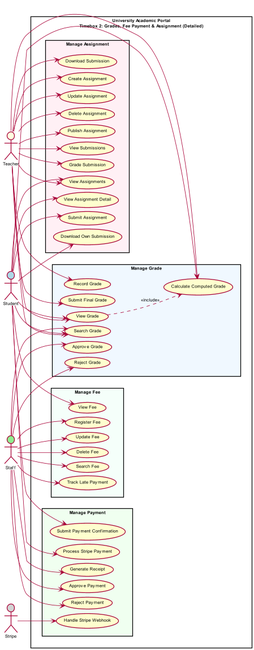
The PlantUML diagram out/usecase/Timebox2_UseCaseDiagram/Timebox2_UseCaseDiagram.png in KyawMyoHtay1/academic-portal, before a commit.
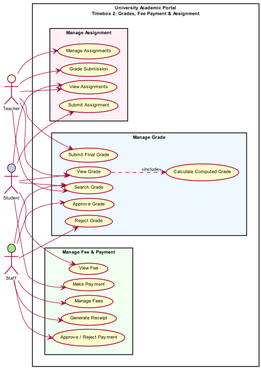
Later version of the same file.

Change to the diagram source:
```diff
@@ -4,101 +4,64 @@
 skinparam shadowing false
 skinparam dpi 300
 
-scale 0.85
+scale 0.9
 skinparam defaultFontSize 9
-skinparam ranksep 8
+skinparam ranksep 10
 skinparam nodesep 8
-skinparam RectanglePadding 5
+skinparam RectanglePadding 8
 
 actor Student #LightBlue
 actor Teacher #LightYellow
-actor Staff   #LightGreen
-actor Stripe  #LightGray
+actor Staff #LightGreen
 
-rectangle "University Academic Portal\nTimebox 2: Grades, Fee Payment & Assignment (Detailed)" #White {
+rectangle "University Academic Portal\nTimebox 2: Grades, Fee Payment & Assignment" #White {
+
+  rectangle "Manage Assignment" #LavenderBlush {
+    usecase "Submit Assignment" as UC_SubmitAssignment
+    usecase "View Assignments" as UC_ViewAssignments
+    usecase "Manage Assignments" as UC_ManageAssignments
+    usecase "Grade Submission" as UC_GradeSubmission
+  }
 
   rectangle "Manage Grade" #AliceBlue {
-    usecase "Record Grade" as UC1a
-    usecase "Submit Final Grade" as UC1
-    usecase "Approve Grade" as UC2a
-    usecase "Reject Grade" as UC2b
-    usecase "View Grade" as UC3
-    usecase "Search Grade" as UC4
-    usecase "Calculate Computed Grade" as UC7
+    usecase "View Grade" as UC_ViewGrade
+    usecase "Submit Final Grade" as UC_SubmitFinalGrade
+    usecase "Search Grade" as UC_SearchGrade
+    usecase "Approve Grade" as UC_ApproveGrade
+    usecase "Reject Grade" as UC_RejectGrade
+    usecase "Calculate Computed Grade" as UC_CalculateComputedGrade
   }
 
-  rectangle "Manage Fee" #MintCream {
-    usecase "Register Fee" as UC5a
-    usecase "Update Fee" as UC5b
-    usecase "Delete Fee" as UC5c
-    usecase "Search Fee" as UC5d
-    usecase "View Fee" as UC5
-    usecase "Track Late Payment" as UC5e
-  }
-
-  rectangle "Manage Payment" #Honeydew {
-    usecase "Submit Payment Confirmation" as UC6a
-    usecase "Process Stripe Payment" as UC6b
-    usecase "Approve Payment" as UC6c
-    usecase "Reject Payment" as UC6d
-    usecase "Handle Stripe Webhook" as UC6f
-    usecase "Generate Receipt" as UC6e
-  }
-
-  rectangle "Manage Assignment" #LavenderBlush {
-    usecase "Create Assignment" as UC10a
-    usecase "Update Assignment" as UC10b
-    usecase "Delete Assignment" as UC10c
-    usecase "Publish Assignment" as UC10d
-    usecase "View Assignments" as UC13
-    usecase "View Submissions" as UC10e
-    usecase "Grade Submission" as UC12
-    usecase "Download Submission" as UC10f
-    usecase "View Assignment Detail" as UC11c
-    usecase "Submit Assignment" as UC11
-    usecase "Download Own Submission" as UC11b
+  rectangle "Manage Fee & Payment" #Honeydew {
+    usecase "View Fee" as UC_ViewFee
+    usecase "Make Payment" as UC_MakePayment
+    usecase "Manage Fees" as UC_ManageFees
+    usecase "Generate Receipt" as UC_GenerateReceipt
+    usecase "Approve / Reject Payment" as UC_ApproveRejectPayment
   }
 }
 
-UC3 ..> UC7 : <<include>>
+UC_ViewGrade ..> UC_CalculateComputedGrade : <<include>>
 
-Student --> UC3
-Student --> UC4
-Student --> UC7
-Student --> UC5
-Student --> UC6a
-Student --> UC6b
-Student --> UC11c
-Student --> UC11
-Student --> UC11b
-Student --> UC13
+Student --> UC_SubmitAssignment
+Student --> UC_ViewAssignments
+Student --> UC_ViewGrade
+Student --> UC_SearchGrade
+Student --> UC_ViewFee
+Student --> UC_MakePayment
 
-Teacher --> UC1a
-Teacher --> UC1
-Teacher --> UC3
-Teacher --> UC4
-Teacher --> UC7
-Teacher --> UC10a
-Teacher --> UC10b
-Teacher --> UC10c
-Teacher --> UC10d
-Teacher --> UC10e
-Teacher --> UC10f
-Teacher --> UC12
-Teacher --> UC13
+Teacher --> UC_ViewAssignments
+Teacher --> UC_ManageAssignments
+Teacher --> UC_GradeSubmission
+Teacher --> UC_ViewGrade
+Teacher --> UC_SubmitFinalGrade
+Teacher --> UC_SearchGrade
 
-Staff --> UC2a
-Staff --> UC2b
-Staff --> UC4
-Staff --> UC5a
-Staff --> UC5b
-Staff --> UC5c
-Staff --> UC5d
-Staff --> UC5e
-Staff --> UC6c
-Staff --> UC6d
-Staff --> UC6e
-
-Stripe --> UC6f
+Staff --> UC_SearchGrade
+Staff --> UC_ApproveGrade
+Staff --> UC_RejectGrade
+Staff --> UC_ManageFees
+Staff --> UC_GenerateReceipt
+Staff --> UC_ApproveRejectPayment
 
 @enduml
```
